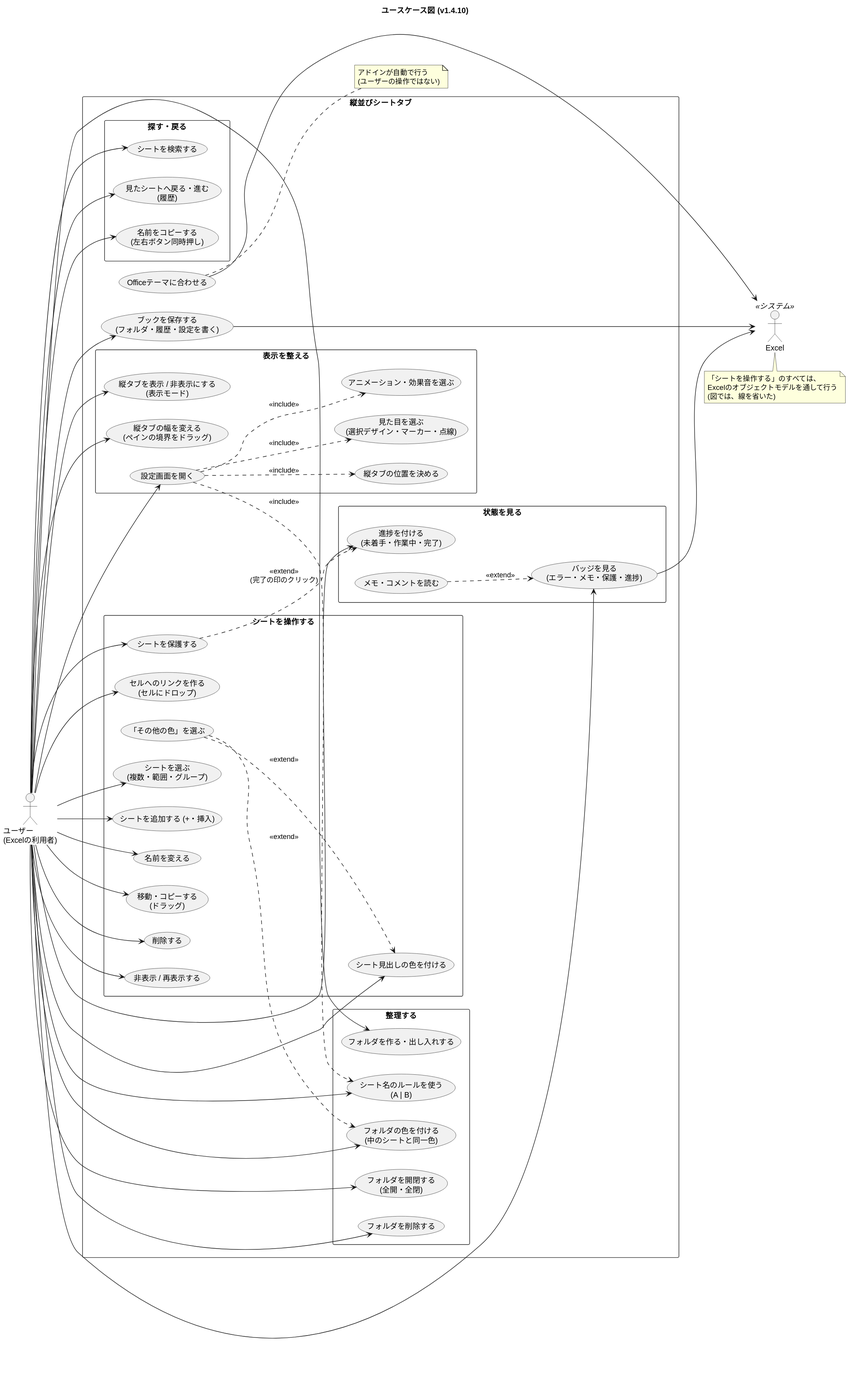
Above: docs/usecase.svg in nk-taka623/VerticalSheetTabs (PlantUML), before the change.
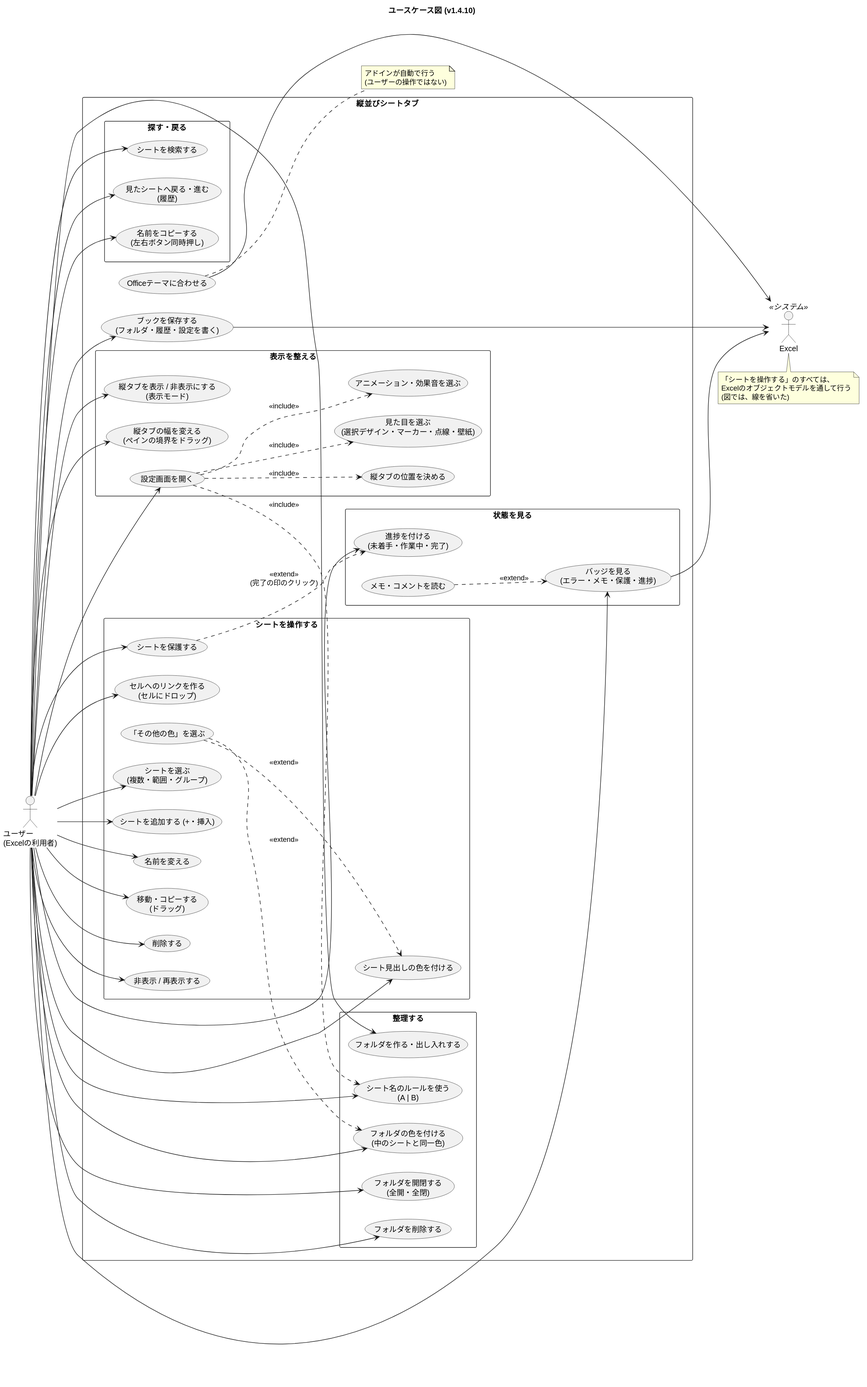
The same diagram one commit later.

Diff of the diagram source:
```diff
@@ -47,7 +47,7 @@
     usecase "縦タブの位置を決める" as UC_SIDE
     usecase "縦タブの幅を変える\n(ペインの境界をドラッグ)" as UC_WIDTH
     usecase "設定画面を開く" as UC_SET
-    usecase "見た目を選ぶ\n(選択デザイン・マーカー・点線)" as UC_LOOK
+    usecase "見た目を選ぶ\n(選択デザイン・マーカー・点線・壁紙)" as UC_LOOK
     usecase "アニメーション・効果音を選ぶ" as UC_ANIM
   }
 
```
